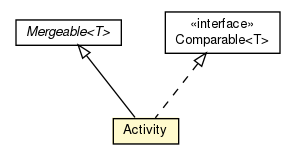
Earlier version of the Graphviz export javadocs/main/org/androidtransfuse/model/manifest/Activity.png (johncarl81/transfuse). Its source is kept beside it as javadocs/main/org/androidtransfuse/model/manifest/Activity.dot.
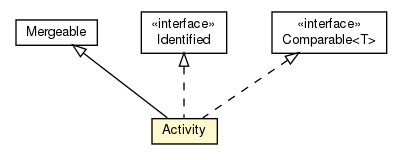
Above is the later version.

Diff of the diagram source:
```diff
@@ -4,19 +4,26 @@
 	node [fontname="Helvetica",fontsize=10,shape=plaintext];
 	nodesep=0.25;
 	ranksep=0.5;
-	c15720 [label=<<table title="org.androidtransfuse.model.manifest.Activity" border="0" cellborder="1" cellspacing="0" cellpadding="2" port="p" bgcolor="lemonChiffon" href="./Activity.html">
+	c20551 [label=<<table title="org.androidtransfuse.model.Mergeable" border="0" cellborder="1" cellspacing="0" cellpadding="2" port="p" href="../Mergeable.html">
+		<tr><td><table border="0" cellspacing="0" cellpadding="1">
+<tr><td align="center" balign="center"> Mergeable </td></tr>
+		</table></td></tr>
+		</table>>, fontname="Helvetica", fontcolor="black", fontsize=10.0];
+	c20553 [label=<<table title="org.androidtransfuse.model.Identified" border="0" cellborder="1" cellspacing="0" cellpadding="2" port="p" href="../Identified.html">
+		<tr><td><table border="0" cellspacing="0" cellpadding="1">
+<tr><td align="center" balign="center"> &#171;interface&#187; </td></tr>
+<tr><td align="center" balign="center"> Identified </td></tr>
+		</table></td></tr>
+		</table>>, fontname="Helvetica", fontcolor="black", fontsize=10.0];
+	c20587 [label=<<table title="org.androidtransfuse.model.manifest.Activity" border="0" cellborder="1" cellspacing="0" cellpadding="2" port="p" bgcolor="lemonChiffon" href="./Activity.html">
 		<tr><td><table border="0" cellspacing="0" cellpadding="1">
 <tr><td align="center" balign="center"> Activity </td></tr>
 		</table></td></tr>
 		</table>>, fontname="Helvetica", fontcolor="black", fontsize=10.0];
-	c15845 [label=<<table title="org.androidtransfuse.processor.Mergeable" border="0" cellborder="1" cellspacing="0" cellpadding="2" port="p" href="../../processor/Mergeable.html">
-		<tr><td><table border="0" cellspacing="0" cellpadding="1">
-<tr><td align="center" balign="center"><font face="Helvetica-Oblique"> Mergeable&lt;T&gt; </font></td></tr>
-		</table></td></tr>
-		</table>>, fontname="Helvetica", fontcolor="black", fontsize=10.0];
-	c15845:p -> c15720:p [dir=back,arrowtail=empty];
-	c15940:p -> c15720:p [dir=back,arrowtail=empty,style=dashed];
-	c15940 [label=<<table title="java.lang.Comparable" border="0" cellborder="1" cellspacing="0" cellpadding="2" port="p" href="http://java.sun.com/j2se/1.4.2/docs/api/java/lang/Comparable.html">
+	c20551:p -> c20587:p [dir=back,arrowtail=empty];
+	c20831:p -> c20587:p [dir=back,arrowtail=empty,style=dashed];
+	c20553:p -> c20587:p [dir=back,arrowtail=empty,style=dashed];
+	c20831 [label=<<table title="java.lang.Comparable" border="0" cellborder="1" cellspacing="0" cellpadding="2" port="p" href="http://java.sun.com/j2se/1.4.2/docs/api/java/lang/Comparable.html">
 		<tr><td><table border="0" cellspacing="0" cellpadding="1">
 <tr><td align="center" balign="center"> &#171;interface&#187; </td></tr>
 <tr><td align="center" balign="center"> Comparable&lt;T&gt; </td></tr>
```
